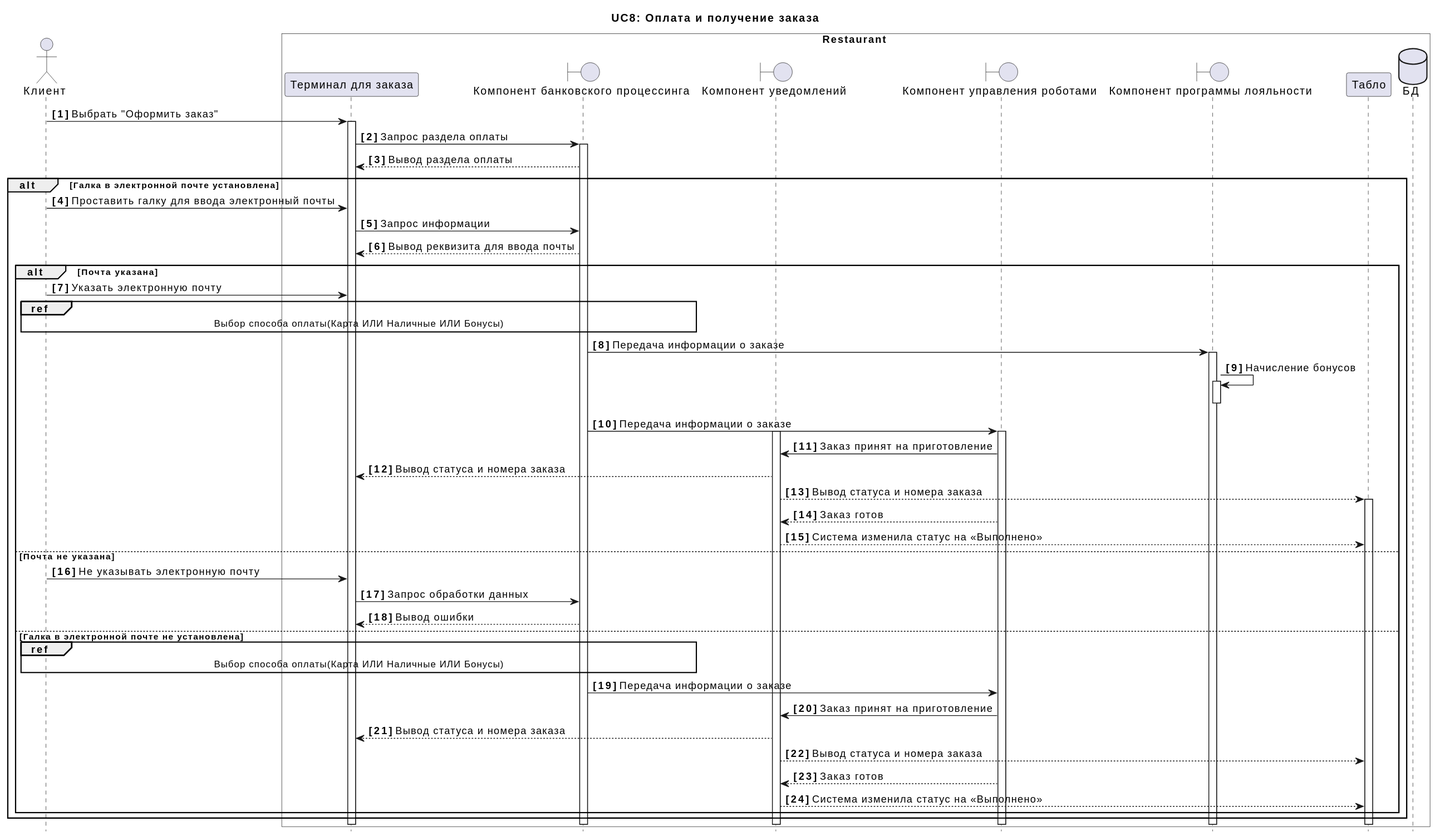
Above: docs/diagrams/include/UC8.svg in xxx996/OTUS_Restaraunt (PlantUML), before the change.
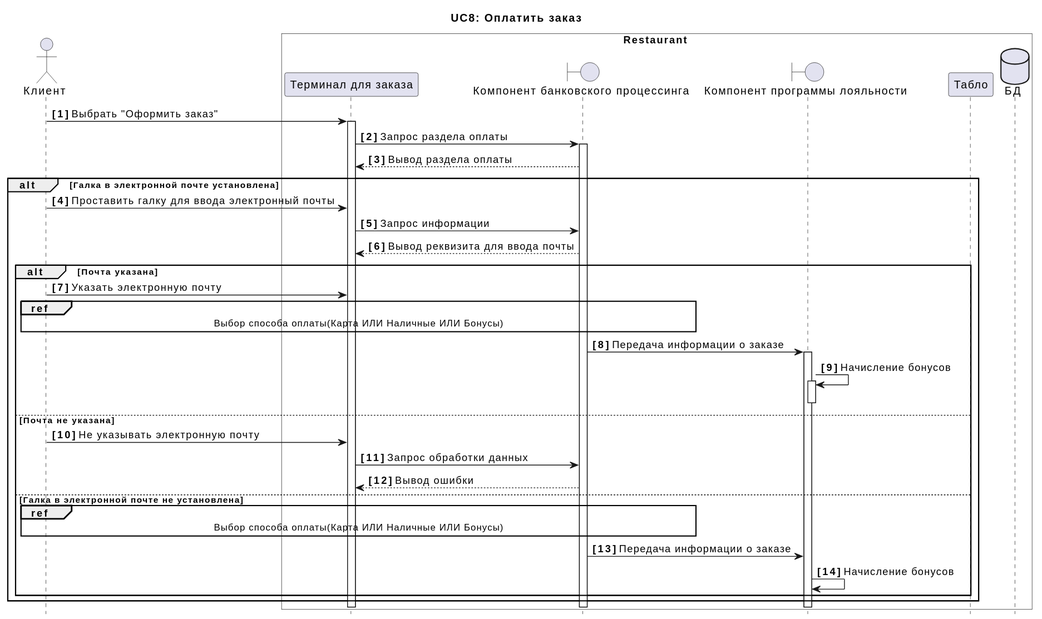
After the commit.

Diff of the diagram source:
```diff
@@ -1,12 +1,10 @@
 @startuml
 actor "Клиент" as C
 
-title UC8: Оплата и получение заказа
+title UC8: Оплатить заказ
 box Restaurant #Transparent
 participant  "Терминал для заказа" as A
 boundary "Компонент банковского процессинга" as B
-boundary "Компонент уведомлений" as U
-boundary "Компонент управления роботами" as R
 boundary "Компонент программы лояльности" as L
 participant "Табло" as D
 dataBase "БД" as DB
@@ -33,13 +31,7 @@
 B -> L++:  Передача информации о заказе
 L -> L++:  Начисление бонусов
 L--
-B -> R++:  Передача информации о заказе
-U++
-R -> U:  Заказ принят на приготовление
-U --> A:  Вывод статуса и номера заказа
-U --> D++:  Вывод статуса и номера заказа
-R --> U:  Заказ готов
-U --> D: Система изменила статус на «Выполнено»
+
 
 
 
@@ -55,13 +47,8 @@
 
 ref over C, B:  Выбор способа оплаты(Карта ИЛИ Наличные ИЛИ Бонусы)
 
-B -> R:  Передача информации о заказе
-R -> U:  Заказ принят на приготовление
-U --> A:  Вывод статуса и номера заказа
-U --> D:  Вывод статуса и номера заказа
-R --> U:  Заказ готов
-U --> D: Система изменила статус на «Выполнено»
-
+B -> L:  Передача информации о заказе
+L -> L:  Начисление бонусов
 
 
 end
```
